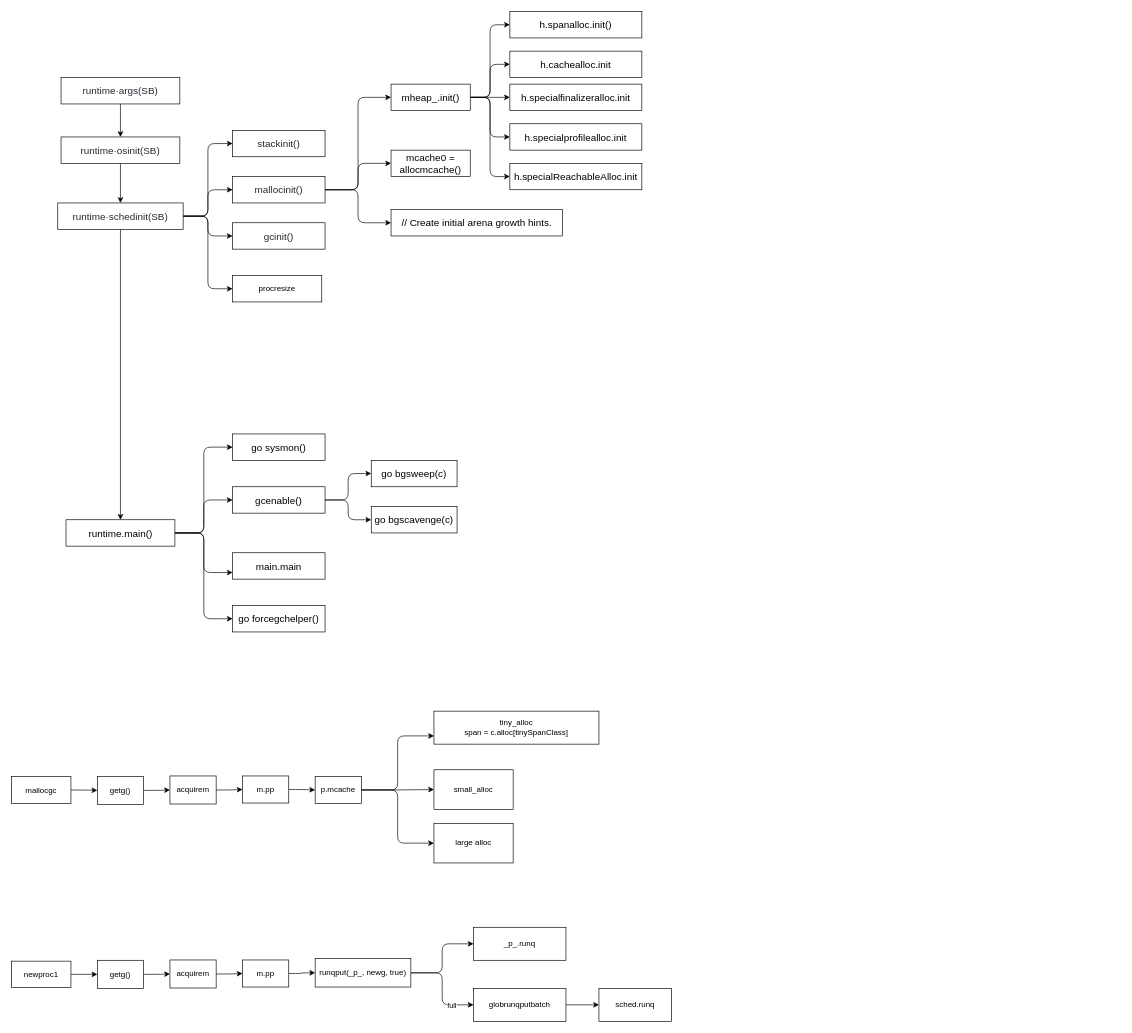
wxquare/wxquare.github.io keeps this draw.io diagram as page "bootstrap" (1 of 2) of source/diagrams/Go.drawio. Above is the earlier version. Source tidied: cells renumbered, new cells numbered last; positions are measured from the earlier drawing's top-left corner, leaving out a move shared by most shapes. Both pictures are drawn from the tidied source at 66%, with x=0, y=0 at pixel (11, 11).
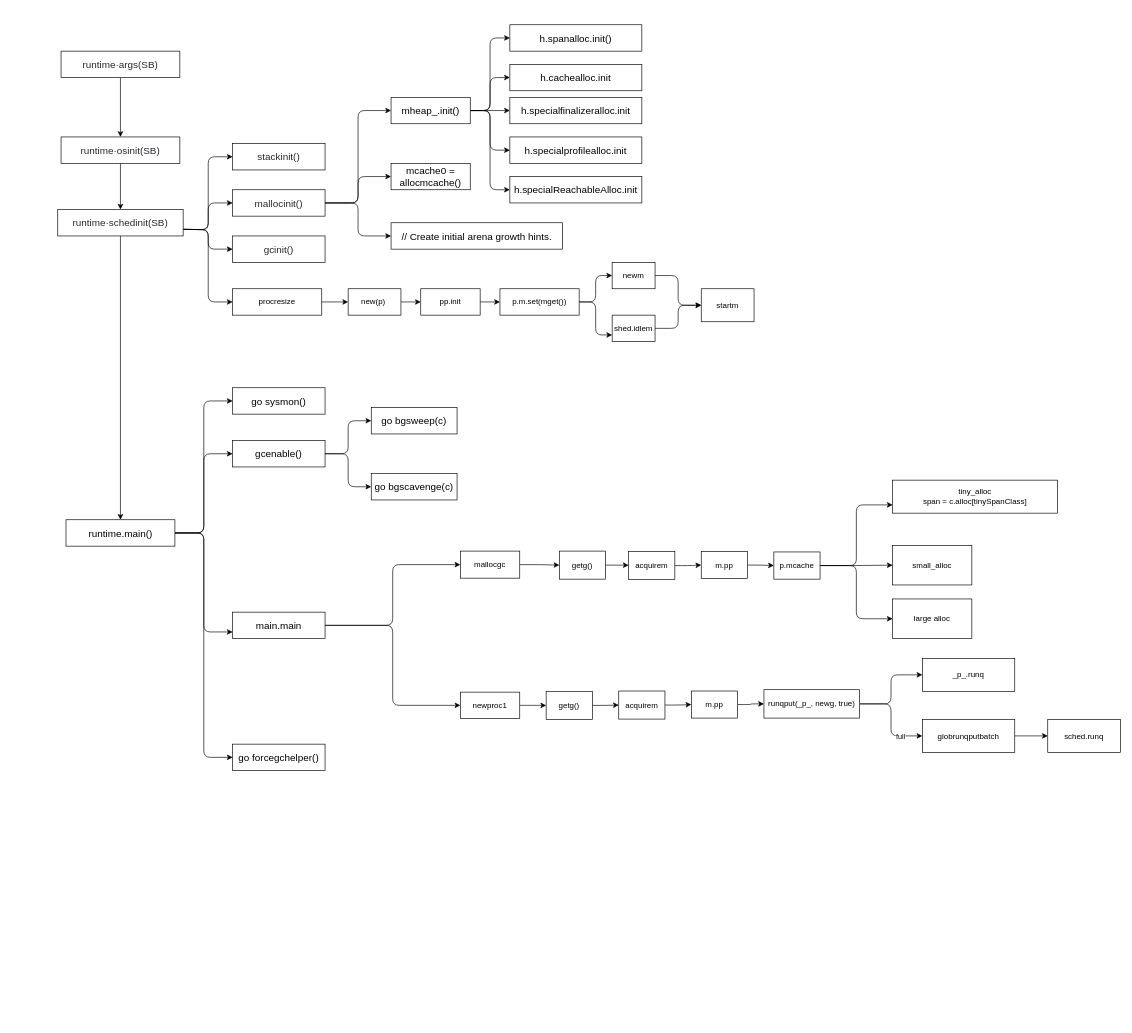
The same diagram, later.

The edit, as a diff of the source:
```diff
@@
     <mxCell id="3" value="&lt;div style=&quot;box-sizing: border-box; font-size: 15px; margin-top: 0px; margin-bottom: 0px; overflow-wrap: normal; padding: 16px; overflow: auto; line-height: 1.45; background-color: var(--color-canvas-subtle); border-radius: 6px; word-break: normal; color: rgb(36, 41, 47); text-align: start;&quot;&gt;runtime·&lt;span style=&quot;box-sizing: border-box; font-size: 15px;&quot; class=&quot;pl-s1&quot;&gt;args&lt;/span&gt;(&lt;span style=&quot;box-sizing: border-box; font-size: 15px;&quot; class=&quot;pl-s1&quot;&gt;SB&lt;/span&gt;)&lt;/div&gt;" style="rounded=0;whiteSpace=wrap;html=1;fontFamily=Helvetica;fontSize=15;" parent="1" vertex="1">
-      <mxGeometry x="75" y="100" width="180" height="40" as="geometry" />
+      <mxGeometry x="75" y="60" width="180" height="40" as="geometry" />
     </mxCell>
@@
-    <mxCell id="6" style="edgeStyle=orthogonalEdgeStyle;rounded=1;jettySize=auto;html=1;exitX=1;exitY=0.5;exitDx=0;exitDy=0;entryX=0;entryY=0.5;entryDx=0;entryDy=0;fontFamily=Helvetica;fontSize=15;" parent="1" edge="1" source="11" target="12">
-      <mxGeometry relative="1" as="geometry" />
+    <mxCell id="6" style="edgeStyle=orthogonalEdgeStyle;rounded=1;jettySize=auto;html=1;exitX=1;exitY=0.5;exitDx=0;exitDy=0;entryX=0;entryY=0.5;entryDx=0;entryDy=0;fontFamily=Helvetica;fontSize=15;" parent="1" edge="1" target="12">
+      <mxGeometry relative="1" as="geometry">
+        <mxPoint x="260" y="330" as="sourcePoint" />
+      </mxGeometry>
     </mxCell>
-    <mxCell id="7" style="edgeStyle=orthogonalEdgeStyle;rounded=1;jettySize=auto;html=1;exitX=1;exitY=0.5;exitDx=0;exitDy=0;entryX=0;entryY=0.5;entryDx=0;entryDy=0;fontFamily=Helvetica;fontSize=15;" parent="1" edge="1" source="11" target="16">
-      <mxGeometry relative="1" as="geometry" />
+    <mxCell id="7" style="edgeStyle=orthogonalEdgeStyle;rounded=1;jettySize=auto;html=1;exitX=1;exitY=0.5;exitDx=0;exitDy=0;entryX=0;entryY=0.5;entryDx=0;entryDy=0;fontFamily=Helvetica;fontSize=15;" parent="1" edge="1" target="16">
+      <mxGeometry relative="1" as="geometry">
+        <mxPoint x="260" y="330" as="sourcePoint" />
+      </mxGeometry>
     </mxCell>
-    <mxCell id="8" style="edgeStyle=orthogonalEdgeStyle;rounded=1;jettySize=auto;html=1;exitX=1;exitY=0.5;exitDx=0;exitDy=0;entryX=0;entryY=0.5;entryDx=0;entryDy=0;fontFamily=Helvetica;fontSize=15;" parent="1" edge="1" source="11" target="17">
-      <mxGeometry relative="1" as="geometry" />
+    <mxCell id="8" style="edgeStyle=orthogonalEdgeStyle;rounded=1;jettySize=auto;html=1;exitX=1;exitY=0.5;exitDx=0;exitDy=0;entryX=0;entryY=0.5;entryDx=0;entryDy=0;fontFamily=Helvetica;fontSize=15;" parent="1" edge="1" target="17">
+      <mxGeometry relative="1" as="geometry">
+        <mxPoint x="260" y="330" as="sourcePoint" />
+      </mxGeometry>
     </mxCell>
@@
-    <mxCell id="10" style="edgeStyle=orthogonalEdgeStyle;rounded=1;jettySize=auto;html=1;exitX=1;exitY=0.5;exitDx=0;exitDy=0;entryX=0;entryY=0.5;entryDx=0;entryDy=0;" parent="1" edge="1" source="11" target="59">
-      <mxGeometry relative="1" as="geometry" />
+    <mxCell id="10" style="edgeStyle=orthogonalEdgeStyle;rounded=1;jettySize=auto;html=1;exitX=1;exitY=0.5;exitDx=0;exitDy=0;entryX=0;entryY=0.5;entryDx=0;entryDy=0;" parent="1" edge="1" target="59">
+      <mxGeometry relative="1" as="geometry">
+        <mxPoint x="260" y="330" as="sourcePoint" />
+      </mxGeometry>
     </mxCell>
     <mxCell id="11" value="&lt;div style=&quot;box-sizing: border-box; font-size: 15px; margin-top: 0px; margin-bottom: 0px; overflow-wrap: normal; padding: 16px; overflow: auto; line-height: 1.45; background-color: var(--color-canvas-subtle); border-radius: 6px; word-break: normal; color: rgb(36, 41, 47); text-align: start;&quot;&gt;runtime·&lt;span style=&quot;box-sizing: border-box; font-size: 15px;&quot; class=&quot;pl-s1&quot;&gt;schedinit&lt;/span&gt;(&lt;span style=&quot;box-sizing: border-box; font-size: 15px;&quot; class=&quot;pl-s1&quot;&gt;SB&lt;/span&gt;)&lt;/div&gt;" style="rounded=0;whiteSpace=wrap;html=1;fontFamily=Helvetica;fontSize=15;" parent="1" vertex="1">
-      <mxGeometry x="70" y="290" width="190" height="40" as="geometry" />
+      <mxGeometry x="70" y="300" width="190" height="40" as="geometry" />
     </mxCell>
     <mxCell id="12" value="&lt;div style=&quot;box-sizing: border-box; font-size: 15px; margin-top: 0px; margin-bottom: 0px; overflow-wrap: normal; padding: 16px; overflow: auto; line-height: 1.45; background-color: var(--color-canvas-subtle); border-radius: 6px; word-break: normal; color: rgb(36, 41, 47); text-align: start;&quot;&gt;stackinit()&lt;/div&gt;" style="rounded=0;whiteSpace=wrap;html=1;fontFamily=Helvetica;fontSize=15;" parent="1" vertex="1">
-      <mxGeometry x="335" y="180" width="140" height="40" as="geometry" />
+      <mxGeometry x="335" y="200" width="140" height="40" as="geometry" />
     </mxCell>
@@
     <mxCell id="16" value="&lt;div style=&quot;box-sizing: border-box; font-size: 15px; margin-top: 0px; margin-bottom: 0px; overflow-wrap: normal; padding: 16px; overflow: auto; line-height: 1.45; background-color: var(--color-canvas-subtle); border-radius: 6px; word-break: normal; color: rgb(36, 41, 47); text-align: start;&quot;&gt;&lt;div style=&quot;box-sizing: border-box; margin-top: 0px; margin-bottom: 0px; overflow-wrap: normal; padding: 16px; overflow: auto; line-height: 1.45; background-color: var(--color-canvas-subtle); border-radius: 6px; word-break: normal; font-size: 15px;&quot;&gt;mallocinit()&lt;/div&gt;&lt;/div&gt;" style="rounded=0;whiteSpace=wrap;html=1;fontFamily=Helvetica;fontSize=15;" parent="1" vertex="1">
-      <mxGeometry x="335" y="250" width="140" height="40" as="geometry" />
+      <mxGeometry x="335" y="270" width="140" height="40" as="geometry" />
     </mxCell>
     <mxCell id="17" value="&lt;div style=&quot;box-sizing: border-box; font-size: 15px; margin-top: 0px; margin-bottom: 0px; overflow-wrap: normal; padding: 16px; overflow: auto; line-height: 1.45; background-color: var(--color-canvas-subtle); border-radius: 6px; word-break: normal; color: rgb(36, 41, 47); text-align: start;&quot;&gt;&lt;div style=&quot;box-sizing: border-box; margin-top: 0px; margin-bottom: 0px; overflow-wrap: normal; padding: 16px; overflow: auto; line-height: 1.45; background-color: var(--color-canvas-subtle); border-radius: 6px; word-break: normal; font-size: 15px;&quot;&gt;gcinit()&lt;/div&gt;&lt;/div&gt;" style="rounded=0;whiteSpace=wrap;html=1;fontFamily=Helvetica;fontSize=15;" parent="1" vertex="1">
-      <mxGeometry x="335" y="320" width="140" height="40" as="geometry" />
+      <mxGeometry x="335" y="340" width="140" height="40" as="geometry" />
     </mxCell>
@@
     <mxCell id="25" value="gcenable()" style="rounded=0;whiteSpace=wrap;html=1;fontFamily=Helvetica;fontSize=15;" parent="1" vertex="1">
-      <mxGeometry x="335" y="720" width="140" height="40" as="geometry" />
+      <mxGeometry x="335" y="650" width="140" height="40" as="geometry" />
     </mxCell>
     <mxCell id="26" value="go sysmon()" style="rounded=0;whiteSpace=wrap;html=1;fontFamily=Helvetica;fontSize=15;" parent="1" vertex="1">
-      <mxGeometry x="335" y="640" width="140" height="40" as="geometry" />
+      <mxGeometry x="335" y="570" width="140" height="40" as="geometry" />
     </mxCell>
     <mxCell id="27" value="go forcegchelper()" style="rounded=0;whiteSpace=wrap;html=1;fontFamily=Helvetica;fontSize=15;" parent="1" vertex="1">
-      <mxGeometry x="335" y="900" width="140" height="40" as="geometry" />
+      <mxGeometry x="335" y="1110" width="140" height="40" as="geometry" />
     </mxCell>
     <mxCell id="28" value="go bgsweep(c)" style="rounded=0;whiteSpace=wrap;html=1;fontFamily=Helvetica;fontSize=15;" parent="1" vertex="1">
-      <mxGeometry x="545" y="680" width="130" height="40" as="geometry" />
+      <mxGeometry x="545" y="600" width="130" height="40" as="geometry" />
     </mxCell>
     <mxCell id="29" value="go bgscavenge(c)" style="rounded=0;whiteSpace=wrap;html=1;fontFamily=Helvetica;fontSize=15;" parent="1" vertex="1">
-      <mxGeometry x="545" y="750" width="130" height="40" as="geometry" />
+      <mxGeometry x="545" y="700" width="130" height="40" as="geometry" />
     </mxCell>
+    <mxCell id="76" style="edgeStyle=orthogonalEdgeStyle;rounded=1;jettySize=auto;html=1;exitX=1;exitY=0.5;exitDx=0;exitDy=0;entryX=0;entryY=0.5;entryDx=0;entryDy=0;" parent="1" edge="1" source="30" target="50">
+      <mxGeometry relative="1" as="geometry" />
+    </mxCell>
+    <mxCell id="77" style="edgeStyle=orthogonalEdgeStyle;rounded=1;jettySize=auto;html=1;exitX=1;exitY=0.5;exitDx=0;exitDy=0;entryX=0;entryY=0.5;entryDx=0;entryDy=0;" parent="1" edge="1" source="30" target="61">
+      <mxGeometry relative="1" as="geometry" />
+    </mxCell>
     <mxCell id="30" value="main.main" style="rounded=0;whiteSpace=wrap;html=1;fontFamily=Helvetica;fontSize=15;" parent="1" vertex="1">
-      <mxGeometry x="335" y="820" width="140" height="40" as="geometry" />
+      <mxGeometry x="335" y="910" width="140" height="40" as="geometry" />
     </mxCell>
@@
     <mxCell id="36" value="mheap_.init()" style="rounded=0;whiteSpace=wrap;html=1;fontFamily=Helvetica;fontSize=15;" parent="1" vertex="1">
-      <mxGeometry x="575" y="110" width="120" height="40" as="geometry" />
+      <mxGeometry x="575" y="130" width="120" height="40" as="geometry" />
     </mxCell>
     <mxCell id="37" value="mcache0 = allocmcache()" style="rounded=0;whiteSpace=wrap;html=1;fontFamily=Helvetica;fontSize=15;" parent="1" vertex="1">
-      <mxGeometry x="575" y="210" width="120" height="40" as="geometry" />
+      <mxGeometry x="575" y="230" width="120" height="40" as="geometry" />
     </mxCell>
     <mxCell id="38" value="// Create initial arena growth hints." style="rounded=0;whiteSpace=wrap;html=1;fontFamily=Helvetica;fontSize=15;" parent="1" vertex="1">
-      <mxGeometry x="575" y="300" width="260" height="40" as="geometry" />
+      <mxGeometry x="575" y="320" width="260" height="40" as="geometry" />
     </mxCell>
     <mxCell id="39" value="h.spanalloc.init()" style="rounded=0;whiteSpace=wrap;html=1;fontFamily=Helvetica;fontSize=15;" parent="1" vertex="1">
-      <mxGeometry x="755" width="200" height="40" as="geometry" />
+      <mxGeometry x="755" y="20" width="200" height="40" as="geometry" />
     </mxCell>
     <mxCell id="40" value="h.cachealloc.init" style="rounded=0;whiteSpace=wrap;html=1;fontFamily=Helvetica;fontSize=15;" parent="1" vertex="1">
-      <mxGeometry x="755" y="60" width="200" height="40" as="geometry" />
+      <mxGeometry x="755" y="80" width="200" height="40" as="geometry" />
     </mxCell>
     <mxCell id="41" value="h.specialfinalizeralloc.init" style="rounded=0;whiteSpace=wrap;html=1;fontFamily=Helvetica;fontSize=15;" parent="1" vertex="1">
-      <mxGeometry x="755" y="110" width="200" height="40" as="geometry" />
+      <mxGeometry x="755" y="130" width="200" height="40" as="geometry" />
     </mxCell>
     <mxCell id="42" value="h.specialprofilealloc.init" style="rounded=0;whiteSpace=wrap;html=1;fontFamily=Helvetica;fontSize=15;" parent="1" vertex="1">
-      <mxGeometry x="755" y="170" width="200" height="40" as="geometry" />
+      <mxGeometry x="755" y="190" width="200" height="40" as="geometry" />
     </mxCell>
     <mxCell id="43" value="h.specialReachableAlloc.init" style="rounded=0;whiteSpace=wrap;html=1;fontFamily=Helvetica;fontSize=15;" parent="1" vertex="1">
-      <mxGeometry x="755" y="230" width="200" height="40" as="geometry" />
+      <mxGeometry x="755" y="250" width="200" height="40" as="geometry" />
     </mxCell>
     <mxCell id="44" value="tiny_alloc&lt;br&gt;span = c.alloc[tinySpanClass]" style="rounded=0;whiteSpace=wrap;html=1;" parent="1" vertex="1">
-      <mxGeometry x="640" y="1060" width="250" height="50" as="geometry" />
+      <mxGeometry x="1335" y="710" width="250" height="50" as="geometry" />
     </mxCell>
     <mxCell id="45" value="small_alloc" style="rounded=0;whiteSpace=wrap;html=1;" parent="1" vertex="1">
-      <mxGeometry x="640" y="1148.8" width="120" height="60" as="geometry" />
+      <mxGeometry x="1335" y="808.8" width="120" height="60" as="geometry" />
     </mxCell>
     <mxCell id="46" value="large alloc" style="rounded=0;whiteSpace=wrap;html=1;" parent="1" vertex="1">
-      <mxGeometry x="640" y="1230" width="120" height="60" as="geometry" />
+      <mxGeometry x="1335" y="890" width="120" height="60" as="geometry" />
     </mxCell>
@@
     <mxCell id="48" value="getg()" style="rounded=0;whiteSpace=wrap;html=1;" parent="1" vertex="1">
-      <mxGeometry x="130" y="1158.8" width="70" height="42.5" as="geometry" />
+      <mxGeometry x="830" y="817.5" width="70" height="42.5" as="geometry" />
     </mxCell>
@@
     <mxCell id="50" value="mallocgc" style="rounded=0;whiteSpace=wrap;html=1;" parent="1" vertex="1">
-      <mxGeometry y="1159" width="90" height="41" as="geometry" />
+      <mxGeometry x="680" y="817.5" width="90" height="41" as="geometry" />
     </mxCell>
@@
     <mxCell id="52" value="m.pp" style="rounded=0;whiteSpace=wrap;html=1;" parent="1" vertex="1">
-      <mxGeometry x="350" y="1158.2" width="70" height="41" as="geometry" />
+      <mxGeometry x="1045" y="818.2" width="70" height="41" as="geometry" />
     </mxCell>
@@
     <mxCell id="56" value="p.mcache" style="rounded=0;whiteSpace=wrap;html=1;" parent="1" vertex="1">
-      <mxGeometry x="460" y="1158.8" width="70" height="41.2" as="geometry" />
+      <mxGeometry x="1155" y="818.8" width="70" height="41.2" as="geometry" />
     </mxCell>
@@
     <mxCell id="58" value="acquirem" style="rounded=0;whiteSpace=wrap;html=1;" parent="1" vertex="1">
-      <mxGeometry x="240" y="1158.2" width="70" height="42.5" as="geometry" />
+      <mxGeometry x="935" y="818.2" width="70" height="42.5" as="geometry" />
     </mxCell>
+    <mxCell id="78" style="edgeStyle=orthogonalEdgeStyle;rounded=1;jettySize=auto;html=1;exitX=1;exitY=0.5;exitDx=0;exitDy=0;entryX=0;entryY=0.5;entryDx=0;entryDy=0;" parent="1" edge="1" source="59" target="80">
+      <mxGeometry relative="1" as="geometry" />
+    </mxCell>
     <mxCell id="59" value="procresize" style="rounded=0;whiteSpace=wrap;html=1;" parent="1" vertex="1">
-      <mxGeometry x="335" y="400" width="135" height="40" as="geometry" />
+      <mxGeometry x="335" y="420" width="135" height="40" as="geometry" />
     </mxCell>
@@
     <mxCell id="61" value="newproc1" style="rounded=0;whiteSpace=wrap;html=1;" parent="1" vertex="1">
-      <mxGeometry y="1438.8" width="90" height="40" as="geometry" />
+      <mxGeometry x="680" y="1031.2" width="90" height="40" as="geometry" />
     </mxCell>
@@
     <mxCell id="63" value="getg()" style="rounded=0;whiteSpace=wrap;html=1;" parent="1" vertex="1">
-      <mxGeometry x="130" y="1437.5" width="70" height="42.5" as="geometry" />
+      <mxGeometry x="810" y="1030" width="70" height="42.5" as="geometry" />
     </mxCell>
@@
     <mxCell id="65" value="m.pp" style="rounded=0;whiteSpace=wrap;html=1;" parent="1" vertex="1">
-      <mxGeometry x="350" y="1437" width="70" height="41" as="geometry" />
+      <mxGeometry x="1030" y="1029.5" width="70" height="41" as="geometry" />
     </mxCell>
@@
     <mxCell id="67" value="acquirem" style="rounded=0;whiteSpace=wrap;html=1;" parent="1" vertex="1">
-      <mxGeometry x="240" y="1437" width="70" height="42.5" as="geometry" />
+      <mxGeometry x="920" y="1029.5" width="70" height="42.5" as="geometry" />
     </mxCell>
     <mxCell id="68" value="_p_.runq" style="rounded=0;whiteSpace=wrap;html=1;" parent="1" vertex="1">
-      <mxGeometry x="700" y="1387.5" width="140" height="50" as="geometry" />
+      <mxGeometry x="1380" y="980" width="140" height="50" as="geometry" />
     </mxCell>
@@
     <mxCell id="72" value="runqput(_p_, newg, true)" style="rounded=0;whiteSpace=wrap;html=1;" parent="1" vertex="1">
-      <mxGeometry x="460" y="1435" width="145" height="43" as="geometry" />
+      <mxGeometry x="1140" y="1027.5" width="145" height="43" as="geometry" />
     </mxCell>
@@
     <mxCell id="74" value="globrunqputbatch" style="rounded=0;whiteSpace=wrap;html=1;" parent="1" vertex="1">
-      <mxGeometry x="700" y="1480" width="140" height="50" as="geometry" />
+      <mxGeometry x="1380" y="1072.5" width="140" height="50" as="geometry" />
     </mxCell>
     <mxCell id="75" value="sched.runq" style="rounded=0;whiteSpace=wrap;html=1;" parent="1" vertex="1">
-      <mxGeometry x="890" y="1480" width="110" height="50" as="geometry" />
+      <mxGeometry x="1570" y="1072.5" width="110" height="50" as="geometry" />
     </mxCell>
+    <mxCell id="79" style="edgeStyle=orthogonalEdgeStyle;rounded=1;jettySize=auto;html=1;exitX=1;exitY=0.5;exitDx=0;exitDy=0;entryX=0;entryY=0.5;entryDx=0;entryDy=0;" parent="1" edge="1" source="80" target="82">
+      <mxGeometry relative="1" as="geometry" />
+    </mxCell>
+    <mxCell id="80" value="&lt;div&gt;&lt;span style=&quot;background-color: initial;&quot;&gt;new(p)&amp;nbsp;&lt;/span&gt;&lt;/div&gt;" style="rounded=0;whiteSpace=wrap;html=1;" parent="1" vertex="1">
+      <mxGeometry x="510" y="420" width="80" height="40" as="geometry" />
+    </mxCell>
+    <mxCell id="81" style="edgeStyle=orthogonalEdgeStyle;rounded=1;jettySize=auto;html=1;exitX=1;exitY=0.5;exitDx=0;exitDy=0;entryX=0;entryY=0.5;entryDx=0;entryDy=0;" parent="1" edge="1" source="82" target="85">
+      <mxGeometry relative="1" as="geometry" />
+    </mxCell>
+    <mxCell id="82" value="pp.init" style="rounded=0;whiteSpace=wrap;html=1;" parent="1" vertex="1">
+      <mxGeometry x="620" y="420" width="90" height="40" as="geometry" />
+    </mxCell>
+    <mxCell id="83" style="edgeStyle=orthogonalEdgeStyle;rounded=1;jettySize=auto;html=1;exitX=1;exitY=0.5;exitDx=0;exitDy=0;entryX=0;entryY=0.5;entryDx=0;entryDy=0;" parent="1" edge="1" source="85" target="87">
+      <mxGeometry relative="1" as="geometry" />
+    </mxCell>
+    <mxCell id="84" style="edgeStyle=orthogonalEdgeStyle;rounded=1;jettySize=auto;html=1;exitX=1;exitY=0.5;exitDx=0;exitDy=0;entryX=0;entryY=0.75;entryDx=0;entryDy=0;" parent="1" edge="1" source="85" target="89">
+      <mxGeometry relative="1" as="geometry" />
+    </mxCell>
+    <mxCell id="85" value="p.m.set(mget())" style="rounded=0;whiteSpace=wrap;html=1;" parent="1" vertex="1">
+      <mxGeometry x="740" y="420" width="120" height="40" as="geometry" />
+    </mxCell>
+    <mxCell id="86" style="edgeStyle=orthogonalEdgeStyle;rounded=1;jettySize=auto;html=1;exitX=1;exitY=0.5;exitDx=0;exitDy=0;entryX=0;entryY=0.5;entryDx=0;entryDy=0;" parent="1" edge="1" source="87" target="90">
+      <mxGeometry relative="1" as="geometry" />
+    </mxCell>
+    <mxCell id="87" value="newm" style="rounded=0;whiteSpace=wrap;html=1;" parent="1" vertex="1">
+      <mxGeometry x="910" y="380" width="65" height="40" as="geometry" />
+    </mxCell>
+    <mxCell id="88" style="edgeStyle=orthogonalEdgeStyle;rounded=1;jettySize=auto;html=1;" parent="1" edge="1" source="89" target="90">
+      <mxGeometry relative="1" as="geometry" />
+    </mxCell>
+    <mxCell id="89" value="shed.idlem" style="rounded=0;whiteSpace=wrap;html=1;" parent="1" vertex="1">
+      <mxGeometry x="910" y="460" width="65" height="40" as="geometry" />
+    </mxCell>
+    <mxCell id="90" value="startm" style="rounded=0;whiteSpace=wrap;html=1;" parent="1" vertex="1">
+      <mxGeometry x="1045" y="420" width="80" height="50" as="geometry" />
+    </mxCell>
```
